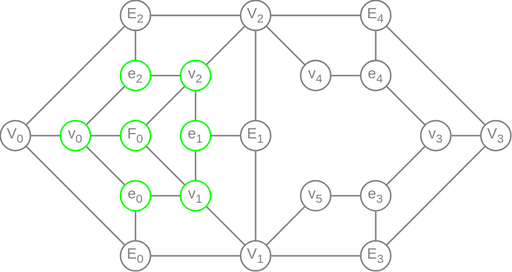
Earlier version of the draw.io export wiki/MeshGraphFaceGraph.svg (YoanWithY/kayo). Source tidied: cells renumbered, new cells last; positions are measured from the earlier drawing's top-left corner, leaving out a move shared by most shapes.
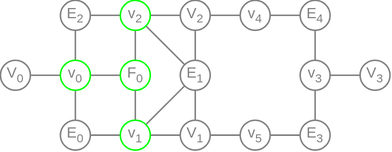
The same file after the commit.

The edit, as a diff of the source:
```diff
@@ -9,7 +9,7 @@
       <mxGeometry relative="1" as="geometry" />
     </mxCell>
     <mxCell id="4" value="F&lt;sub style=&quot;&quot;&gt;&lt;font style=&quot;font-size: 8px;&quot;&gt;0&lt;/font&gt;&lt;/sub&gt;" style="ellipse;whiteSpace=wrap;html=1;fontSize=10;fillColor=none;strokeColor=#00FF00;fontColor=#808080;" parent="1" vertex="1">
-      <mxGeometry x="80" y="80" width="20" height="20" as="geometry" />
+      <mxGeometry x="120" y="80" width="20" height="20" as="geometry" />
     </mxCell>
     <mxCell id="5" style="edgeStyle=none;shape=connector;rounded=0;html=1;labelBackgroundColor=default;strokeColor=#808080;fontFamily=Helvetica;fontSize=8;fontColor=#808080;endArrow=none;endFill=0;" parent="1" edge="1" source="7" target="19">
       <mxGeometry relative="1" as="geometry" />
@@ -20,20 +20,14 @@
     <mxCell id="7" value="E&lt;sub style=&quot;&quot;&gt;&lt;font style=&quot;font-size: 8px;&quot;&gt;1&lt;/font&gt;&lt;/sub&gt;" style="ellipse;whiteSpace=wrap;html=1;fontSize=10;fillColor=none;strokeColor=#808080;fontColor=#808080;" parent="1" vertex="1">
       <mxGeometry x="160" y="80" width="20" height="20" as="geometry" />
     </mxCell>
-    <mxCell id="8" style="edgeStyle=none;shape=connector;rounded=0;html=1;labelBackgroundColor=default;strokeColor=#808080;fontFamily=Helvetica;fontSize=8;fontColor=#808080;endArrow=none;endFill=0;" parent="1" edge="1" source="11" target="42">
-      <mxGeometry relative="1" as="geometry" />
-    </mxCell>
-    <mxCell id="9" style="edgeStyle=none;shape=connector;rounded=0;html=1;labelBackgroundColor=default;strokeColor=#808080;fontFamily=Helvetica;fontSize=8;fontColor=#808080;endArrow=none;endFill=0;" parent="1" edge="1" source="11" target="50">
+    <mxCell id="9" style="edgeStyle=none;shape=connector;rounded=0;html=1;labelBackgroundColor=default;strokeColor=#808080;fontFamily=Helvetica;fontSize=8;fontColor=#808080;endArrow=none;endFill=0;" parent="1" edge="1" source="42" target="50">
       <mxGeometry relative="1" as="geometry" />
     </mxCell>
-    <mxCell id="10" style="edgeStyle=none;shape=connector;rounded=0;html=1;labelBackgroundColor=default;strokeColor=#808080;fontFamily=Helvetica;fontSize=8;fontColor=#808080;endArrow=none;endFill=0;" parent="1" edge="1" source="11" target="52">
+    <mxCell id="10" style="edgeStyle=none;shape=connector;rounded=0;html=1;labelBackgroundColor=default;strokeColor=#808080;fontFamily=Helvetica;fontSize=8;fontColor=#808080;endArrow=none;endFill=0;" parent="1" edge="1" source="42" target="52">
       <mxGeometry relative="1" as="geometry" />
     </mxCell>
-    <mxCell id="11" value="e&lt;sub style=&quot;&quot;&gt;&lt;font style=&quot;font-size: 8px;&quot;&gt;2&lt;/font&gt;&lt;/sub&gt;" style="ellipse;whiteSpace=wrap;html=1;fontSize=10;fillColor=none;strokeColor=#00FF00;fontColor=#808080;" parent="1" vertex="1">
-      <mxGeometry x="80" y="40" width="20" height="20" as="geometry" />
-    </mxCell>
     <mxCell id="12" value="V&lt;sub style=&quot;&quot;&gt;&lt;font style=&quot;font-size: 8px;&quot;&gt;0&lt;/font&gt;&lt;/sub&gt;" style="ellipse;whiteSpace=wrap;html=1;fontSize=10;fillColor=none;strokeColor=#808080;fontColor=#808080;shadow=0;" parent="1" vertex="1">
-      <mxGeometry y="80" width="20" height="20" as="geometry" />
+      <mxGeometry x="40" y="80" width="20" height="20" as="geometry" />
     </mxCell>
     <mxCell id="13" style="edgeStyle=none;shape=connector;rounded=0;html=1;labelBackgroundColor=default;strokeColor=#808080;fontFamily=Helvetica;fontSize=8;fontColor=#808080;endArrow=none;endFill=0;" parent="1" edge="1" source="16" target="51">
       <mxGeometry relative="1" as="geometry" />
@@ -41,11 +35,8 @@
     <mxCell id="14" style="edgeStyle=none;shape=connector;rounded=0;html=1;labelBackgroundColor=default;strokeColor=#808080;fontFamily=Helvetica;fontSize=8;fontColor=#808080;endArrow=none;endFill=0;" parent="1" edge="1" source="16" target="56">
       <mxGeometry relative="1" as="geometry" />
     </mxCell>
-    <mxCell id="15" style="edgeStyle=none;shape=connector;rounded=0;html=1;labelBackgroundColor=default;strokeColor=#808080;fontFamily=Helvetica;fontSize=8;fontColor=#808080;endArrow=none;endFill=0;" parent="1" edge="1" source="16" target="23">
-      <mxGeometry relative="1" as="geometry" />
-    </mxCell>
     <mxCell id="16" value="V&lt;sub style=&quot;&quot;&gt;&lt;font style=&quot;font-size: 8px;&quot;&gt;1&lt;/font&gt;&lt;/sub&gt;" style="ellipse;whiteSpace=wrap;html=1;fontSize=10;fillColor=none;strokeColor=#808080;fontColor=#808080;" parent="1" vertex="1">
-      <mxGeometry x="160" y="160" width="20" height="20" as="geometry" />
+      <mxGeometry x="160" y="120" width="20" height="20" as="geometry" />
     </mxCell>
     <mxCell id="17" style="edgeStyle=none;shape=connector;rounded=0;html=1;labelBackgroundColor=default;strokeColor=#808080;fontFamily=Helvetica;fontSize=8;fontColor=#808080;endArrow=none;endFill=0;" parent="1" edge="1" source="19" target="52">
       <mxGeometry relative="1" as="geometry" />
@@ -54,100 +45,55 @@
       <mxGeometry relative="1" as="geometry" />
     </mxCell>
     <mxCell id="19" value="V&lt;sub style=&quot;&quot;&gt;&lt;font style=&quot;font-size: 8px;&quot;&gt;2&lt;/font&gt;&lt;/sub&gt;" style="ellipse;whiteSpace=wrap;html=1;fontSize=10;fillColor=none;strokeColor=#808080;fontColor=#808080;" parent="1" vertex="1">
-      <mxGeometry x="160" width="20" height="20" as="geometry" />
+      <mxGeometry x="160" y="40" width="20" height="20" as="geometry" />
     </mxCell>
-    <mxCell id="20" style="edgeStyle=none;shape=connector;rounded=0;html=1;labelBackgroundColor=default;strokeColor=#808080;fontFamily=Helvetica;fontSize=8;fontColor=#808080;endArrow=none;endFill=0;startArrow=none;" parent="1" edge="1" source="45" target="23">
-      <mxGeometry relative="1" as="geometry" />
-    </mxCell>
-    <mxCell id="21" style="edgeStyle=none;shape=connector;rounded=0;html=1;labelBackgroundColor=default;strokeColor=#808080;fontFamily=Helvetica;fontSize=8;fontColor=#808080;endArrow=none;endFill=0;startArrow=none;" parent="1" edge="1" source="48" target="25">
+    <mxCell id="21" style="edgeStyle=none;shape=connector;rounded=0;html=1;labelBackgroundColor=default;strokeColor=#808080;fontFamily=Helvetica;fontSize=8;fontColor=#808080;endArrow=none;endFill=0;startArrow=none;" parent="1" edge="1" source="55" target="25">
       <mxGeometry relative="1" as="geometry" />
     </mxCell>
-    <mxCell id="22" style="edgeStyle=none;shape=connector;rounded=0;html=1;labelBackgroundColor=default;strokeColor=#808080;fontFamily=Helvetica;fontSize=8;fontColor=#808080;endArrow=none;endFill=0;" parent="1" edge="1" source="23" target="27">
-      <mxGeometry relative="1" as="geometry" />
-    </mxCell>
     <mxCell id="23" value="E&lt;sub style=&quot;&quot;&gt;&lt;font style=&quot;font-size: 8px;&quot;&gt;3&lt;/font&gt;&lt;/sub&gt;" style="ellipse;whiteSpace=wrap;html=1;fontSize=10;fillColor=none;strokeColor=#808080;fontColor=#808080;" parent="1" vertex="1">
-      <mxGeometry x="240" y="160" width="20" height="20" as="geometry" />
+      <mxGeometry x="240" y="120" width="20" height="20" as="geometry" />
     </mxCell>
-    <mxCell id="24" style="edgeStyle=none;shape=connector;rounded=0;html=1;labelBackgroundColor=default;strokeColor=#808080;fontFamily=Helvetica;fontSize=8;fontColor=#808080;endArrow=none;endFill=0;" parent="1" edge="1" source="25" target="19">
-      <mxGeometry relative="1" as="geometry" />
-    </mxCell>
     <mxCell id="25" value="E&lt;sub style=&quot;&quot;&gt;&lt;font style=&quot;font-size: 8px;&quot;&gt;4&lt;/font&gt;&lt;/sub&gt;" style="ellipse;whiteSpace=wrap;html=1;fontSize=10;fillColor=none;strokeColor=#808080;fontColor=#808080;" parent="1" vertex="1">
-      <mxGeometry x="240" width="20" height="20" as="geometry" />
+      <mxGeometry x="240" y="40" width="20" height="20" as="geometry" />
     </mxCell>
-    <mxCell id="26" style="edgeStyle=none;shape=connector;rounded=0;html=1;labelBackgroundColor=default;strokeColor=#808080;fontFamily=Helvetica;fontSize=8;fontColor=#808080;endArrow=none;endFill=0;" parent="1" edge="1" source="27" target="25">
-      <mxGeometry relative="1" as="geometry" />
-    </mxCell>
     <mxCell id="27" value="V&lt;sub style=&quot;&quot;&gt;&lt;font style=&quot;font-size: 8px;&quot;&gt;3&lt;/font&gt;&lt;/sub&gt;" style="ellipse;whiteSpace=wrap;html=1;fontSize=10;fillColor=none;strokeColor=#808080;fontColor=#808080;" parent="1" vertex="1">
-      <mxGeometry x="320" y="80" width="20" height="20" as="geometry" />
+      <mxGeometry x="280" y="80" width="20" height="20" as="geometry" />
     </mxCell>
     <mxCell id="28" style="edgeStyle=none;shape=connector;rounded=0;html=1;labelBackgroundColor=default;strokeColor=#808080;fontFamily=Helvetica;fontSize=8;fontColor=#808080;endArrow=none;endFill=0;" parent="1" edge="1" source="51" target="4">
       <mxGeometry relative="1" as="geometry" />
     </mxCell>
-    <mxCell id="29" style="edgeStyle=none;shape=connector;rounded=0;html=1;labelBackgroundColor=default;strokeColor=#808080;fontFamily=Helvetica;fontSize=8;fontColor=#808080;endArrow=none;endFill=0;" parent="1" edge="1" source="32" target="39">
-      <mxGeometry relative="1" as="geometry" />
-    </mxCell>
-    <mxCell id="30" style="edgeStyle=none;shape=connector;rounded=0;html=1;labelBackgroundColor=default;strokeColor=#808080;fontFamily=Helvetica;fontSize=8;fontColor=#808080;endArrow=none;endFill=0;" parent="1" edge="1" source="32" target="50">
+    <mxCell id="30" style="edgeStyle=none;shape=connector;rounded=0;html=1;labelBackgroundColor=default;strokeColor=#808080;fontFamily=Helvetica;fontSize=8;fontColor=#808080;endArrow=none;endFill=0;" parent="1" edge="1" source="39" target="50">
       <mxGeometry relative="1" as="geometry" />
     </mxCell>
-    <mxCell id="31" style="edgeStyle=none;shape=connector;rounded=0;html=1;labelBackgroundColor=default;strokeColor=#808080;fontFamily=Helvetica;fontSize=8;fontColor=#808080;endArrow=none;endFill=0;" parent="1" edge="1" source="32" target="51">
+    <mxCell id="31" style="edgeStyle=none;shape=connector;rounded=0;html=1;labelBackgroundColor=default;strokeColor=#808080;fontFamily=Helvetica;fontSize=8;fontColor=#808080;endArrow=none;endFill=0;" parent="1" edge="1" source="39" target="51">
       <mxGeometry relative="1" as="geometry" />
     </mxCell>
-    <mxCell id="32" value="e&lt;sub style=&quot;&quot;&gt;&lt;font style=&quot;font-size: 8px;&quot;&gt;0&lt;/font&gt;&lt;/sub&gt;" style="ellipse;whiteSpace=wrap;html=1;fontSize=10;fillColor=none;strokeColor=#00FF00;fontColor=#808080;" parent="1" vertex="1">
-      <mxGeometry x="80" y="120" width="20" height="20" as="geometry" />
-    </mxCell>
-    <mxCell id="33" style="edgeStyle=none;shape=connector;rounded=0;html=1;labelBackgroundColor=default;strokeColor=#808080;fontFamily=Helvetica;fontSize=8;fontColor=#808080;endArrow=none;endFill=0;" parent="1" edge="1" source="36" target="7">
-      <mxGeometry relative="1" as="geometry" />
-    </mxCell>
-    <mxCell id="34" style="edgeStyle=none;shape=connector;rounded=0;html=1;labelBackgroundColor=default;strokeColor=#808080;fontFamily=Helvetica;fontSize=8;fontColor=#808080;endArrow=none;endFill=0;" parent="1" edge="1" source="36" target="51">
+    <mxCell id="34" style="edgeStyle=none;shape=connector;rounded=0;html=1;labelBackgroundColor=default;strokeColor=#808080;fontFamily=Helvetica;fontSize=8;fontColor=#808080;endArrow=none;endFill=0;" parent="1" edge="1" source="7" target="51">
       <mxGeometry relative="1" as="geometry" />
     </mxCell>
-    <mxCell id="35" style="edgeStyle=none;shape=connector;rounded=0;html=1;labelBackgroundColor=default;strokeColor=#808080;fontFamily=Helvetica;fontSize=8;fontColor=#808080;endArrow=none;endFill=0;" parent="1" edge="1" source="36" target="52">
+    <mxCell id="35" style="edgeStyle=none;shape=connector;rounded=0;html=1;labelBackgroundColor=default;strokeColor=#808080;fontFamily=Helvetica;fontSize=8;fontColor=#808080;endArrow=none;endFill=0;" parent="1" edge="1" source="7" target="52">
       <mxGeometry relative="1" as="geometry" />
     </mxCell>
-    <mxCell id="36" value="e&lt;sub style=&quot;&quot;&gt;&lt;font style=&quot;font-size: 8px;&quot;&gt;1&lt;/font&gt;&lt;/sub&gt;" style="ellipse;whiteSpace=wrap;html=1;fontSize=10;fillColor=none;strokeColor=#00FF00;fontColor=#808080;" parent="1" vertex="1">
-      <mxGeometry x="120" y="80" width="20" height="20" as="geometry" />
-    </mxCell>
-    <mxCell id="37" style="edgeStyle=none;shape=connector;rounded=0;html=1;labelBackgroundColor=default;strokeColor=#808080;fontFamily=Helvetica;fontSize=8;fontColor=#808080;endArrow=none;endFill=0;" parent="1" edge="1" source="39" target="16">
-      <mxGeometry relative="1" as="geometry" />
-    </mxCell>
-    <mxCell id="38" style="edgeStyle=none;shape=connector;rounded=0;html=1;labelBackgroundColor=default;strokeColor=#808080;fontFamily=Helvetica;fontSize=8;fontColor=#808080;endArrow=none;endFill=0;" parent="1" edge="1" source="39" target="12">
-      <mxGeometry relative="1" as="geometry" />
-    </mxCell>
     <mxCell id="39" value="E&lt;sub style=&quot;&quot;&gt;&lt;font style=&quot;font-size: 8px;&quot;&gt;0&lt;/font&gt;&lt;/sub&gt;" style="ellipse;whiteSpace=wrap;html=1;fontSize=10;fillColor=none;strokeColor=#808080;fontColor=#808080;" parent="1" vertex="1">
-      <mxGeometry x="80" y="160" width="20" height="20" as="geometry" />
+      <mxGeometry x="80" y="120" width="20" height="20" as="geometry" />
     </mxCell>
-    <mxCell id="40" style="edgeStyle=none;shape=connector;rounded=0;html=1;labelBackgroundColor=default;strokeColor=#808080;fontFamily=Helvetica;fontSize=8;fontColor=#808080;endArrow=none;endFill=0;" parent="1" edge="1" source="42" target="12">
-      <mxGeometry relative="1" as="geometry" />
-    </mxCell>
-    <mxCell id="41" style="edgeStyle=none;shape=connector;rounded=0;html=1;labelBackgroundColor=default;strokeColor=#808080;fontFamily=Helvetica;fontSize=8;fontColor=#808080;endArrow=none;endFill=0;" parent="1" edge="1" source="42" target="19">
-      <mxGeometry relative="1" as="geometry" />
-    </mxCell>
     <mxCell id="42" value="E&lt;sub style=&quot;&quot;&gt;&lt;font style=&quot;font-size: 8px;&quot;&gt;2&lt;/font&gt;&lt;/sub&gt;" style="ellipse;whiteSpace=wrap;html=1;fontSize=10;fillColor=none;strokeColor=#808080;fontColor=#808080;" parent="1" vertex="1">
-      <mxGeometry x="80" width="20" height="20" as="geometry" />
+      <mxGeometry x="80" y="40" width="20" height="20" as="geometry" />
     </mxCell>
-    <mxCell id="43" style="edgeStyle=none;shape=connector;rounded=0;html=1;labelBackgroundColor=default;strokeColor=#808080;fontFamily=Helvetica;fontSize=8;fontColor=#808080;endArrow=none;endFill=0;" parent="1" edge="1" source="45" target="54">
+    <mxCell id="43" style="edgeStyle=none;shape=connector;rounded=0;html=1;labelBackgroundColor=default;strokeColor=#808080;fontFamily=Helvetica;fontSize=8;fontColor=#808080;endArrow=none;endFill=0;" parent="1" edge="1" source="23" target="54">
       <mxGeometry relative="1" as="geometry" />
     </mxCell>
-    <mxCell id="44" style="edgeStyle=none;shape=connector;rounded=0;html=1;labelBackgroundColor=default;strokeColor=#808080;fontFamily=Helvetica;fontSize=8;fontColor=#808080;endArrow=none;endFill=0;" parent="1" edge="1" source="45" target="56">
+    <mxCell id="44" style="edgeStyle=none;shape=connector;rounded=0;html=1;labelBackgroundColor=default;strokeColor=#808080;fontFamily=Helvetica;fontSize=8;fontColor=#808080;endArrow=none;endFill=0;" parent="1" edge="1" source="23" target="56">
       <mxGeometry relative="1" as="geometry" />
     </mxCell>
-    <mxCell id="45" value="e&lt;sub style=&quot;&quot;&gt;&lt;font style=&quot;font-size: 8px;&quot;&gt;3&lt;/font&gt;&lt;/sub&gt;" style="ellipse;whiteSpace=wrap;html=1;fontSize=10;fillColor=none;strokeColor=#808080;fontColor=#808080;" parent="1" vertex="1">
-      <mxGeometry x="240" y="120" width="20" height="20" as="geometry" />
-    </mxCell>
-    <mxCell id="46" style="edgeStyle=none;shape=connector;rounded=0;html=1;labelBackgroundColor=default;strokeColor=#808080;fontFamily=Helvetica;fontSize=8;fontColor=#808080;endArrow=none;endFill=0;" parent="1" edge="1" source="48" target="54">
+    <mxCell id="46" style="edgeStyle=none;shape=connector;rounded=0;html=1;labelBackgroundColor=default;strokeColor=#808080;fontFamily=Helvetica;fontSize=8;fontColor=#808080;endArrow=none;endFill=0;" parent="1" edge="1" source="25" target="54">
       <mxGeometry relative="1" as="geometry" />
     </mxCell>
-    <mxCell id="47" style="edgeStyle=none;shape=connector;rounded=0;html=1;labelBackgroundColor=default;strokeColor=#808080;fontFamily=Helvetica;fontSize=8;fontColor=#808080;endArrow=none;endFill=0;" parent="1" edge="1" source="48" target="55">
-      <mxGeometry relative="1" as="geometry" />
-    </mxCell>
-    <mxCell id="48" value="e&lt;sub style=&quot;&quot;&gt;&lt;font style=&quot;font-size: 8px;&quot;&gt;4&lt;/font&gt;&lt;/sub&gt;" style="ellipse;whiteSpace=wrap;html=1;fontSize=10;fillColor=none;strokeColor=#808080;fontColor=#808080;" parent="1" vertex="1">
-      <mxGeometry x="240" y="40" width="20" height="20" as="geometry" />
-    </mxCell>
     <mxCell id="49" style="edgeStyle=none;shape=connector;rounded=0;html=1;labelBackgroundColor=default;strokeColor=#808080;fontFamily=Helvetica;fontSize=8;fontColor=#808080;endArrow=none;endFill=0;" parent="1" edge="1" source="50" target="12">
       <mxGeometry relative="1" as="geometry" />
     </mxCell>
     <mxCell id="50" value="v&lt;sub style=&quot;&quot;&gt;&lt;font style=&quot;font-size: 8px;&quot;&gt;0&lt;/font&gt;&lt;/sub&gt;" style="ellipse;whiteSpace=wrap;html=1;fontSize=10;fillColor=none;strokeColor=#00FF00;fontColor=#808080;" parent="1" vertex="1">
-      <mxGeometry x="40" y="80" width="20" height="20" as="geometry" />
+      <mxGeometry x="80" y="80" width="20" height="20" as="geometry" />
     </mxCell>
     <mxCell id="51" value="v&lt;sub style=&quot;&quot;&gt;&lt;font style=&quot;font-size: 8px;&quot;&gt;1&lt;/font&gt;&lt;/sub&gt;" style="ellipse;whiteSpace=wrap;html=1;fontSize=10;fillColor=none;strokeColor=#00FF00;fontColor=#808080;" parent="1" vertex="1">
       <mxGeometry x="120" y="120" width="20" height="20" as="geometry" />
@@ -159,7 +105,7 @@
       <mxGeometry relative="1" as="geometry" />
     </mxCell>
     <mxCell id="54" value="v&lt;sub style=&quot;&quot;&gt;&lt;font style=&quot;font-size: 8px;&quot;&gt;3&lt;/font&gt;&lt;/sub&gt;" style="ellipse;whiteSpace=wrap;html=1;fontSize=10;fillColor=none;strokeColor=#808080;fontColor=#808080;" parent="1" vertex="1">
-      <mxGeometry x="280" y="80" width="20" height="20" as="geometry" />
+      <mxGeometry x="240" y="80" width="20" height="20" as="geometry" />
     </mxCell>
     <mxCell id="55" value="v&lt;sub style=&quot;&quot;&gt;&lt;font style=&quot;font-size: 8px;&quot;&gt;4&lt;/font&gt;&lt;/sub&gt;" style="ellipse;whiteSpace=wrap;html=1;fontSize=10;fillColor=none;strokeColor=#808080;fontColor=#808080;" parent="1" vertex="1">
       <mxGeometry x="200" y="40" width="20" height="20" as="geometry" />
```
